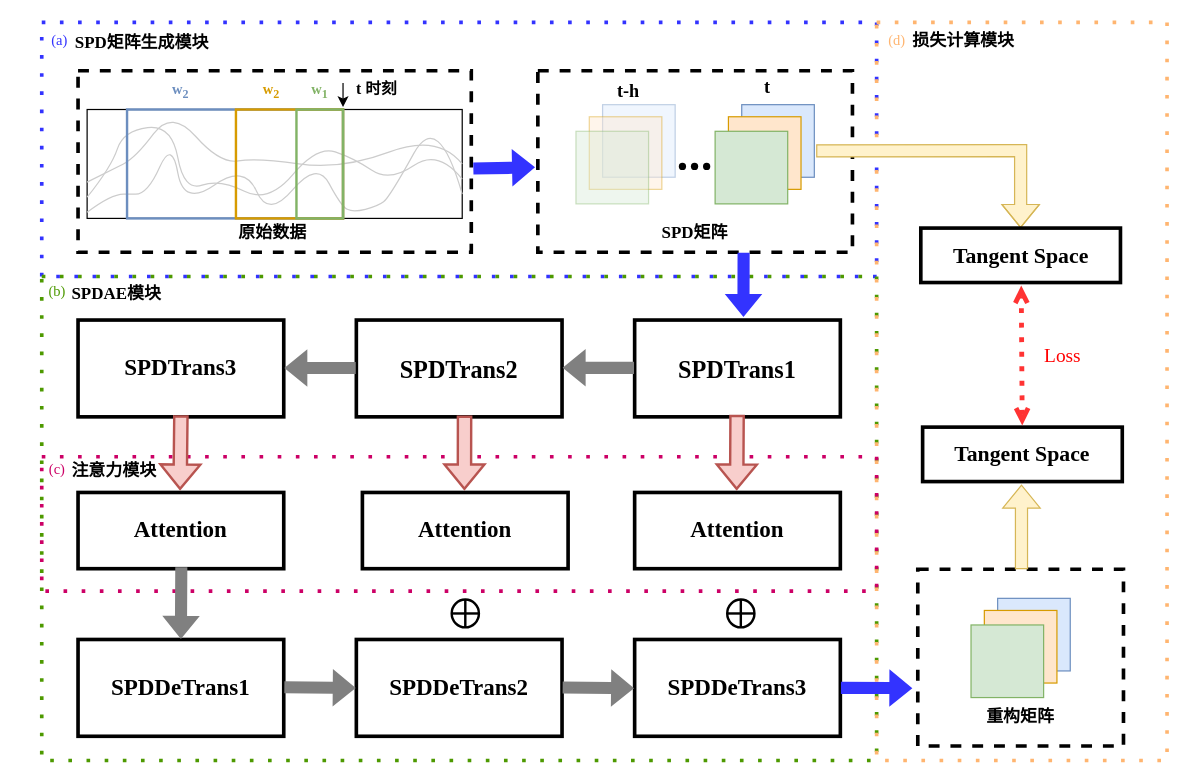
Before: page "第 10 页" (10 of 10) of spd.drawio in balllightnings/draw, a draw.io diagram. Source tidied: cells renumbered, new cells numbered last; positions are measured from the earlier drawing's top-left corner, leaving out a move shared by most shapes. Both pictures are drawn from the tidied source at 121%, with x=0, y=0 at pixel (21, 22).
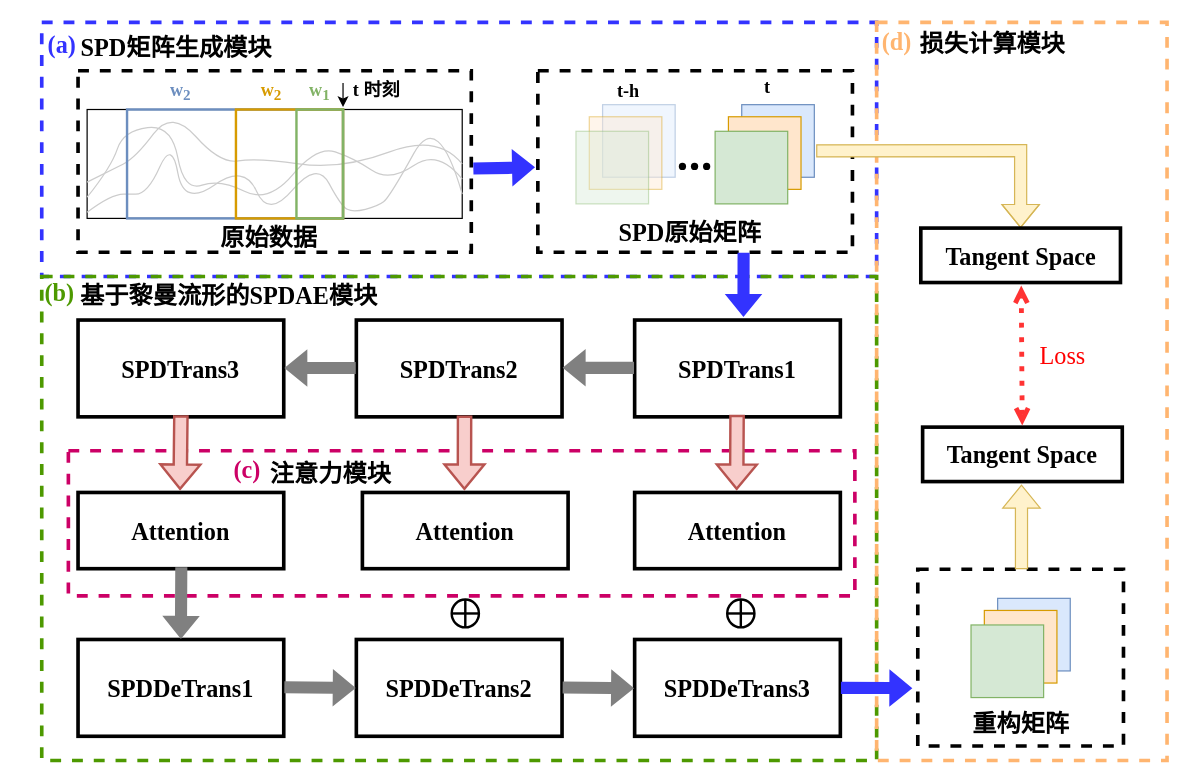
After the change.

The edit, as a diff of the source:
```diff
@@
-    <mxCell id="2" style="rounded=0;whiteSpace=wrap;html=1;fillStyle=auto;strokeColor=#3333FF;fillColor=none;gradientColor=default;dashed=1;strokeWidth=3;dashPattern=1 4;fontFamily=Times New Roman;" parent="1" vertex="1">
+    <mxCell id="2" style="rounded=0;whiteSpace=wrap;html=1;fillStyle=auto;strokeColor=#3333FF;fillColor=none;gradientColor=default;dashed=1;strokeWidth=3;fontFamily=Times New Roman;" parent="1" vertex="1">
       <mxGeometry x="17" width="690" height="210" as="geometry" />
     </mxCell>
-    <mxCell id="3" style="rounded=0;whiteSpace=wrap;html=1;fillStyle=auto;strokeColor=#4D9900;fillColor=none;gradientColor=default;dashed=1;strokeWidth=3;dashPattern=1 4;fontFamily=Times New Roman;" parent="1" vertex="1">
+    <mxCell id="3" style="rounded=0;whiteSpace=wrap;html=1;fillStyle=auto;strokeColor=#4D9900;fillColor=none;gradientColor=default;dashed=1;strokeWidth=3;fontFamily=Times New Roman;" parent="1" vertex="1">
       <mxGeometry x="17" y="210" width="690" height="400" as="geometry" />
     </mxCell>
-    <mxCell id="4" style="rounded=0;whiteSpace=wrap;html=1;fillStyle=auto;strokeColor=#CC0066;fillColor=none;gradientColor=default;dashed=1;strokeWidth=3;dashPattern=1 4;fontFamily=Times New Roman;" parent="1" vertex="1">
-      <mxGeometry x="17" y="359" width="690" height="111" as="geometry" />
+    <mxCell id="4" style="rounded=0;whiteSpace=wrap;html=1;fillStyle=auto;strokeColor=#CC0066;fillColor=none;gradientColor=default;dashed=1;strokeWidth=3;fontFamily=Times New Roman;" parent="1" vertex="1">
+      <mxGeometry x="39" y="354" width="650" height="120" as="geometry" />
     </mxCell>
-    <mxCell id="5" style="rounded=0;whiteSpace=wrap;html=1;fillStyle=auto;strokeColor=#FFB570;fillColor=none;gradientColor=default;dashed=1;strokeWidth=3;dashPattern=1 4;fontFamily=Times New Roman;" parent="1" vertex="1">
+    <mxCell id="5" style="rounded=0;whiteSpace=wrap;html=1;fillStyle=auto;strokeColor=#FFB570;fillColor=none;gradientColor=default;dashed=1;strokeWidth=3;fontFamily=Times New Roman;perimeterSpacing=24;" parent="1" vertex="1">
       <mxGeometry x="707" width="240" height="610" as="geometry" />
     </mxCell>
@@
-    <mxCell id="21" value="&lt;font style=&quot;font-size: 19px;&quot;&gt;&lt;b&gt;&lt;font style=&quot;font-size: 19px;&quot;&gt;SPDTrans3&lt;/font&gt;&lt;/b&gt;&lt;/font&gt;" style="rounded=0;whiteSpace=wrap;html=1;strokeWidth=3;fillColor=none;fontFamily=Times New Roman;" parent="1" vertex="1">
+    <mxCell id="21" value="&lt;font style=&quot;font-size: 20px;&quot;&gt;&lt;b&gt;&lt;font style=&quot;font-size: 20px;&quot;&gt;SPDTrans3&lt;/font&gt;&lt;/b&gt;&lt;/font&gt;" style="rounded=0;whiteSpace=wrap;html=1;strokeWidth=3;fillColor=none;fontFamily=Times New Roman;" parent="1" vertex="1">
       <mxGeometry x="47" y="246" width="170" height="80" as="geometry" />
     </mxCell>
@@
-    <mxCell id="25" value="&lt;b&gt;&lt;font style=&quot;font-size: 19px;&quot;&gt;Attention&lt;/font&gt;&lt;/b&gt;" style="rounded=0;whiteSpace=wrap;html=1;strokeWidth=3;fillColor=none;fontFamily=Times New Roman;" parent="1" vertex="1">
+    <mxCell id="25" value="&lt;font style=&quot;font-size: 20px;&quot;&gt;&lt;b&gt;&lt;font style=&quot;font-size: 20px;&quot;&gt;Attention&lt;/font&gt;&lt;/b&gt;&lt;/font&gt;" style="rounded=0;whiteSpace=wrap;html=1;strokeWidth=3;fillColor=none;fontFamily=Times New Roman;" parent="1" vertex="1">
       <mxGeometry x="47" y="388.5" width="170" height="63" as="geometry" />
     </mxCell>
-    <mxCell id="26" value="&lt;font style=&quot;font-size: 19px;&quot;&gt;&lt;b&gt;&lt;font style=&quot;font-size: 19px;&quot;&gt;SPDDeTrans1&lt;/font&gt;&lt;/b&gt;&lt;/font&gt;" style="rounded=0;whiteSpace=wrap;html=1;strokeWidth=3;fillColor=none;fontFamily=Times New Roman;" parent="1" vertex="1">
+    <mxCell id="26" value="&lt;font style=&quot;font-size: 20px;&quot;&gt;&lt;b&gt;&lt;font style=&quot;font-size: 20px;&quot;&gt;SPDDeTrans1&lt;/font&gt;&lt;/b&gt;&lt;/font&gt;" style="rounded=0;whiteSpace=wrap;html=1;strokeWidth=3;fillColor=none;fontFamily=Times New Roman;" parent="1" vertex="1">
       <mxGeometry x="47" y="510" width="170" height="80" as="geometry" />
     </mxCell>
@@
-    <mxCell id="29" value="&lt;font style=&quot;font-size: 19px;&quot;&gt;&lt;b&gt;&lt;font style=&quot;font-size: 19px;&quot;&gt;SPDDeTrans2&lt;/font&gt;&lt;/b&gt;&lt;/font&gt;" style="rounded=0;whiteSpace=wrap;html=1;strokeWidth=3;fillColor=none;fontFamily=Times New Roman;" parent="1" vertex="1">
+    <mxCell id="29" value="&lt;font style=&quot;font-size: 20px;&quot;&gt;&lt;b&gt;&lt;font style=&quot;font-size: 20px;&quot;&gt;SPDDeTrans2&lt;/font&gt;&lt;/b&gt;&lt;/font&gt;" style="rounded=0;whiteSpace=wrap;html=1;strokeWidth=3;fillColor=none;fontFamily=Times New Roman;" parent="1" vertex="1">
       <mxGeometry x="277" y="510" width="170" height="80" as="geometry" />
     </mxCell>
-    <mxCell id="30" value="&lt;font style=&quot;font-size: 19px;&quot;&gt;&lt;b&gt;&lt;font style=&quot;font-size: 19px;&quot;&gt;SPDDeTrans3&lt;/font&gt;&lt;/b&gt;&lt;/font&gt;" style="rounded=0;whiteSpace=wrap;html=1;strokeWidth=3;fillColor=none;fontFamily=Times New Roman;" parent="1" vertex="1">
+    <mxCell id="30" value="&lt;font style=&quot;font-size: 20px;&quot;&gt;&lt;b&gt;&lt;font style=&quot;font-size: 20px;&quot;&gt;SPDDeTrans3&lt;/font&gt;&lt;/b&gt;&lt;/font&gt;" style="rounded=0;whiteSpace=wrap;html=1;strokeWidth=3;fillColor=none;fontFamily=Times New Roman;" parent="1" vertex="1">
       <mxGeometry x="507" y="510" width="170" height="80" as="geometry" />
     </mxCell>
-    <mxCell id="31" value="&lt;b&gt;&lt;font style=&quot;font-size: 19px;&quot;&gt;Attention&lt;/font&gt;&lt;/b&gt;" style="rounded=0;whiteSpace=wrap;html=1;strokeWidth=3;fillColor=none;fontFamily=Times New Roman;" parent="1" vertex="1">
+    <mxCell id="31" value="&lt;font style=&quot;font-size: 20px;&quot;&gt;&lt;b&gt;&lt;font style=&quot;font-size: 20px;&quot;&gt;Attention&lt;/font&gt;&lt;/b&gt;&lt;/font&gt;" style="rounded=0;whiteSpace=wrap;html=1;strokeWidth=3;fillColor=none;fontFamily=Times New Roman;" parent="1" vertex="1">
       <mxGeometry x="282" y="388.5" width="170" height="63" as="geometry" />
     </mxCell>
@@
-    <mxCell id="33" value="&lt;b&gt;&lt;font style=&quot;font-size: 19px;&quot;&gt;Attention&lt;/font&gt;&lt;/b&gt;" style="rounded=0;whiteSpace=wrap;html=1;strokeWidth=3;fillColor=none;fontFamily=Times New Roman;" parent="1" vertex="1">
+    <mxCell id="33" value="&lt;font style=&quot;font-size: 20px;&quot;&gt;&lt;b&gt;&lt;font style=&quot;font-size: 20px;&quot;&gt;Attention&lt;/font&gt;&lt;/b&gt;&lt;/font&gt;" style="rounded=0;whiteSpace=wrap;html=1;strokeWidth=3;fillColor=none;fontFamily=Times New Roman;" parent="1" vertex="1">
       <mxGeometry x="507" y="388.5" width="170" height="63" as="geometry" />
     </mxCell>
@@
-    <mxCell id="39" value="&lt;font style=&quot;font-size: 14px;&quot;&gt;&lt;b&gt;SPD矩阵&lt;/b&gt;&lt;/font&gt;" style="text;html=1;strokeColor=none;fillColor=none;align=center;verticalAlign=middle;whiteSpace=wrap;rounded=0;fontFamily=Times New Roman;" parent="1" vertex="1">
-      <mxGeometry x="526.5" y="160" width="60" height="30" as="geometry" />
+    <mxCell id="39" value="&lt;font size=&quot;1&quot;&gt;&lt;b style=&quot;font-size: 20px;&quot;&gt;SPD原始矩阵&lt;/b&gt;&lt;/font&gt;" style="text;html=1;strokeColor=none;fillColor=none;align=center;verticalAlign=middle;whiteSpace=wrap;rounded=0;fontFamily=Times New Roman;" parent="1" vertex="1">
+      <mxGeometry x="488.5" y="158" width="127.5" height="30" as="geometry" />
     </mxCell>
@@
-    <mxCell id="45" value="&lt;font style=&quot;font-size: 14px;&quot;&gt;&lt;b&gt;重构矩阵&lt;/b&gt;&lt;/font&gt;" style="text;html=1;strokeColor=none;fillColor=none;align=center;verticalAlign=middle;whiteSpace=wrap;rounded=0;fontFamily=Times New Roman;" parent="1" vertex="1">
-      <mxGeometry x="796" y="560" width="60" height="30" as="geometry" />
+    <mxCell id="45" value="&lt;font size=&quot;1&quot;&gt;&lt;b style=&quot;font-size: 20px;&quot;&gt;重构矩阵&lt;/b&gt;&lt;/font&gt;" style="text;html=1;strokeColor=none;fillColor=none;align=center;verticalAlign=middle;whiteSpace=wrap;rounded=0;fontFamily=Times New Roman;" parent="1" vertex="1">
+      <mxGeometry x="779.5" y="564" width="93" height="30" as="geometry" />
     </mxCell>
@@
-    <mxCell id="48" value="&lt;font style=&quot;font-size: 18px;&quot;&gt;&lt;b&gt;Tangent Space&lt;br&gt;&lt;/b&gt;&lt;/font&gt;" style="rounded=0;whiteSpace=wrap;html=1;strokeWidth=3;fillColor=none;fontFamily=Times New Roman;" parent="1" vertex="1">
+    <mxCell id="48" value="&lt;font style=&quot;font-size: 20px;&quot;&gt;&lt;b&gt;Tangent Space&lt;br&gt;&lt;/b&gt;&lt;/font&gt;" style="rounded=0;whiteSpace=wrap;html=1;strokeWidth=3;fillColor=none;fontFamily=Times New Roman;" parent="1" vertex="1">
       <mxGeometry x="745" y="334.5" width="165" height="45" as="geometry" />
     </mxCell>
-    <mxCell id="49" value="&lt;font style=&quot;font-size: 18px;&quot;&gt;&lt;b&gt;Tangent Space&lt;br&gt;&lt;/b&gt;&lt;/font&gt;" style="rounded=0;whiteSpace=wrap;html=1;strokeWidth=3;fillColor=none;fontFamily=Times New Roman;" parent="1" vertex="1">
+    <mxCell id="49" value="&lt;font style=&quot;font-size: 20px;&quot;&gt;&lt;b&gt;Tangent Space&lt;br&gt;&lt;/b&gt;&lt;/font&gt;" style="rounded=0;whiteSpace=wrap;html=1;strokeWidth=3;fillColor=none;fontFamily=Times New Roman;" parent="1" vertex="1">
       <mxGeometry x="743.5" y="170" width="165" height="45" as="geometry" />
     </mxCell>
@@
-    <mxCell id="51" value="&lt;font style=&quot;font-size: 16px;&quot; color=&quot;#ff0000&quot;&gt;Loss&lt;/font&gt;" style="text;html=1;strokeColor=none;fillColor=none;align=center;verticalAlign=middle;whiteSpace=wrap;rounded=0;fontSize=8.5;fontFamily=Times New Roman;" parent="1" vertex="1">
+    <mxCell id="51" value="&lt;font style=&quot;font-size: 20px;&quot; color=&quot;#ff0000&quot;&gt;Loss&lt;/font&gt;" style="text;html=1;strokeColor=none;fillColor=none;align=center;verticalAlign=middle;whiteSpace=wrap;rounded=0;fontSize=8.5;fontFamily=Times New Roman;" parent="1" vertex="1">
       <mxGeometry x="836" y="258.8" width="50" height="32.5" as="geometry" />
     </mxCell>
-    <mxCell id="52" value="&lt;font color=&quot;#3333ff&quot;&gt;(a)&lt;/font&gt;" style="text;html=1;strokeColor=none;fillColor=none;align=center;verticalAlign=middle;whiteSpace=wrap;rounded=0;fontFamily=Times New Roman;" parent="1" vertex="1">
-      <mxGeometry x="2" width="60" height="30" as="geometry" />
+    <mxCell id="52" value="&lt;b&gt;&lt;font style=&quot;font-size: 20px;&quot; color=&quot;#3333ff&quot;&gt;(a)&lt;/font&gt;&lt;/b&gt;" style="text;html=1;strokeColor=none;fillColor=none;align=center;verticalAlign=middle;whiteSpace=wrap;rounded=0;fontFamily=Times New Roman;" parent="1" vertex="1">
+      <mxGeometry x="4" y="3" width="60" height="30" as="geometry" />
     </mxCell>
-    <mxCell id="53" value="&lt;font color=&quot;#4d9900&quot;&gt;(b)&lt;/font&gt;" style="text;html=1;strokeColor=none;fillColor=none;align=center;verticalAlign=middle;whiteSpace=wrap;rounded=0;fontFamily=Times New Roman;" parent="1" vertex="1">
-      <mxGeometry y="208" width="60" height="30" as="geometry" />
+    <mxCell id="53" value="&lt;b&gt;&lt;font style=&quot;font-size: 20px;&quot; color=&quot;#4d9900&quot;&gt;(b)&lt;/font&gt;&lt;/b&gt;" style="text;html=1;strokeColor=none;fillColor=none;align=center;verticalAlign=middle;whiteSpace=wrap;rounded=0;fontFamily=Times New Roman;" parent="1" vertex="1">
+      <mxGeometry x="2" y="208" width="60" height="30" as="geometry" />
     </mxCell>
-    <mxCell id="54" value="&lt;font color=&quot;#cc0066&quot;&gt;(c)&lt;/font&gt;" style="text;html=1;strokeColor=none;fillColor=none;align=center;verticalAlign=middle;whiteSpace=wrap;rounded=0;fontFamily=Times New Roman;" parent="1" vertex="1">
-      <mxGeometry y="355" width="60" height="30" as="geometry" />
+    <mxCell id="54" value="&lt;b&gt;&lt;font style=&quot;font-size: 20px;&quot; color=&quot;#cc0066&quot;&gt;(c)&lt;/font&gt;&lt;/b&gt;" style="text;html=1;strokeColor=none;fillColor=none;align=center;verticalAlign=middle;whiteSpace=wrap;rounded=0;fontFamily=Times New Roman;" parent="1" vertex="1">
+      <mxGeometry x="157" y="354" width="60" height="30" as="geometry" />
     </mxCell>
-    <mxCell id="55" value="&lt;font color=&quot;#ffb570&quot;&gt;(d)&lt;/font&gt;" style="text;html=1;strokeColor=none;fillColor=none;align=center;verticalAlign=middle;whiteSpace=wrap;rounded=0;fontFamily=Times New Roman;" parent="1" vertex="1">
+    <mxCell id="55" value="&lt;b&gt;&lt;font style=&quot;font-size: 20px;&quot; color=&quot;#ffb570&quot;&gt;(d)&lt;/font&gt;&lt;/b&gt;" style="text;html=1;strokeColor=none;fillColor=none;align=center;verticalAlign=middle;whiteSpace=wrap;rounded=0;fontFamily=Times New Roman;" parent="1" vertex="1">
       <mxGeometry x="694" width="60" height="30" as="geometry" />
     </mxCell>
@@
-    <mxCell id="63" value="&lt;font style=&quot;font-size: 13px;&quot;&gt;&lt;b&gt;t 时刻&lt;br&gt;&lt;/b&gt;&lt;/font&gt;" style="text;html=1;strokeColor=none;fillColor=none;align=center;verticalAlign=middle;whiteSpace=wrap;rounded=0;fontFamily=Times New Roman;" parent="1" vertex="1">
+    <mxCell id="63" value="&lt;font style=&quot;font-size: 15px;&quot;&gt;&lt;b&gt;t 时刻&lt;br&gt;&lt;/b&gt;&lt;/font&gt;" style="text;html=1;strokeColor=none;fillColor=none;align=center;verticalAlign=middle;whiteSpace=wrap;rounded=0;fontFamily=Times New Roman;" parent="1" vertex="1">
       <mxGeometry x="264" y="40" width="60" height="30" as="geometry" />
     </mxCell>
-    <mxCell id="64" value="&lt;font style=&quot;font-size: 14px;&quot;&gt;&lt;b&gt;SPDAE模块&lt;br&gt;&lt;/b&gt;&lt;/font&gt;" style="text;html=1;strokeColor=none;fillColor=none;align=center;verticalAlign=middle;whiteSpace=wrap;rounded=0;fontFamily=Times New Roman;" parent="1" vertex="1">
-      <mxGeometry x="19" y="210" width="120" height="30" as="geometry" />
+    <mxCell id="64" value="&lt;font size=&quot;1&quot;&gt;&lt;b style=&quot;font-size: 20px;&quot;&gt;基于黎曼流形的SPDAE模块&lt;/b&gt;&lt;/font&gt;" style="text;html=1;strokeColor=none;fillColor=none;align=center;verticalAlign=middle;whiteSpace=wrap;rounded=0;fontFamily=Times New Roman;" parent="1" vertex="1">
+      <mxGeometry x="42" y="210" width="260" height="30" as="geometry" />
     </mxCell>
@@
-    <mxCell id="67" value="&lt;font style=&quot;font-size: 12px;&quot; color=&quot;#82b366&quot;&gt;&lt;b&gt;w&lt;sub&gt;1&lt;/sub&gt;&lt;/b&gt;&lt;/font&gt;" style="text;html=1;strokeColor=none;fillColor=none;align=center;verticalAlign=middle;whiteSpace=wrap;rounded=0;fontFamily=Times New Roman;" parent="1" vertex="1">
+    <mxCell id="67" value="&lt;font style=&quot;font-size: 15px;&quot; color=&quot;#82b366&quot;&gt;&lt;b&gt;w&lt;sub&gt;1&lt;/sub&gt;&lt;/b&gt;&lt;/font&gt;" style="text;html=1;strokeColor=none;fillColor=none;align=center;verticalAlign=middle;whiteSpace=wrap;rounded=0;fontFamily=Times New Roman;" parent="1" vertex="1">
       <mxGeometry x="216.8" y="42" width="60" height="30" as="geometry" />
     </mxCell>
-    <mxCell id="68" value="&lt;font style=&quot;font-size: 12px;&quot; color=&quot;#d79b00&quot;&gt;&lt;b&gt;w&lt;sub&gt;2&lt;/sub&gt;&lt;/b&gt;&lt;/font&gt;" style="text;html=1;strokeColor=none;fillColor=none;align=center;verticalAlign=middle;whiteSpace=wrap;rounded=0;fontFamily=Times New Roman;" parent="1" vertex="1">
+    <mxCell id="68" value="&lt;font style=&quot;font-size: 15px;&quot; color=&quot;#d79b00&quot;&gt;&lt;b&gt;w&lt;sub&gt;2&lt;/sub&gt;&lt;/b&gt;&lt;/font&gt;" style="text;html=1;strokeColor=none;fillColor=none;align=center;verticalAlign=middle;whiteSpace=wrap;rounded=0;fontFamily=Times New Roman;" parent="1" vertex="1">
       <mxGeometry x="177" y="42" width="60" height="30" as="geometry" />
     </mxCell>
-    <mxCell id="69" value="&lt;font style=&quot;font-size: 12px;&quot; color=&quot;#6c8ebf&quot;&gt;&lt;b&gt;w&lt;sub&gt;2&lt;/sub&gt;&lt;/b&gt;&lt;/font&gt;" style="text;html=1;strokeColor=none;fillColor=none;align=center;verticalAlign=middle;whiteSpace=wrap;rounded=0;fontFamily=Times New Roman;" parent="1" vertex="1">
+    <mxCell id="69" value="&lt;font style=&quot;font-size: 15px;&quot; color=&quot;#6c8ebf&quot;&gt;&lt;b&gt;w&lt;sub&gt;2&lt;/sub&gt;&lt;/b&gt;&lt;/font&gt;" style="text;html=1;strokeColor=none;fillColor=none;align=center;verticalAlign=middle;whiteSpace=wrap;rounded=0;fontFamily=Times New Roman;" parent="1" vertex="1">
       <mxGeometry x="102" y="42" width="60" height="30" as="geometry" />
     </mxCell>
@@
-    <mxCell id="71" value="&lt;font size=&quot;1&quot;&gt;&lt;b style=&quot;font-size: 14px;&quot;&gt;原始数据&lt;/b&gt;&lt;/font&gt;" style="text;html=1;strokeColor=none;fillColor=none;align=center;verticalAlign=middle;whiteSpace=wrap;rounded=0;fontFamily=Times New Roman;" parent="1" vertex="1">
-      <mxGeometry x="177.5" y="160" width="60" height="30" as="geometry" />
+    <mxCell id="71" value="&lt;font size=&quot;1&quot;&gt;&lt;b style=&quot;font-size: 20px;&quot;&gt;原始数据&lt;/b&gt;&lt;/font&gt;" style="text;html=1;strokeColor=none;fillColor=none;align=center;verticalAlign=middle;whiteSpace=wrap;rounded=0;fontFamily=Times New Roman;" parent="1" vertex="1">
+      <mxGeometry x="149" y="162" width="111.5" height="30" as="geometry" />
     </mxCell>
-    <mxCell id="72" value="&lt;font style=&quot;font-size: 14px;&quot;&gt;&lt;b&gt;SPD矩阵生成模块&lt;br&gt;&lt;/b&gt;&lt;/font&gt;" style="text;html=1;strokeColor=none;fillColor=none;align=center;verticalAlign=middle;whiteSpace=wrap;rounded=0;fontFamily=Times New Roman;" parent="1" vertex="1">
-      <mxGeometry x="40" y="3" width="120" height="30" as="geometry" />
+    <mxCell id="72" value="&lt;font style=&quot;font-size: 20px;&quot;&gt;&lt;b&gt;SPD矩阵生成模块&lt;br&gt;&lt;/b&gt;&lt;/font&gt;" style="text;html=1;strokeColor=none;fillColor=none;align=center;verticalAlign=middle;whiteSpace=wrap;rounded=0;fontFamily=Times New Roman;" parent="1" vertex="1">
+      <mxGeometry x="44" y="5" width="169" height="30" as="geometry" />
     </mxCell>
-    <mxCell id="73" value="&lt;font style=&quot;font-size: 14px;&quot;&gt;&lt;b&gt;损失计算模块&lt;br&gt;&lt;/b&gt;&lt;/font&gt;" style="text;html=1;strokeColor=none;fillColor=none;align=center;verticalAlign=middle;whiteSpace=wrap;rounded=0;fontFamily=Times New Roman;" parent="1" vertex="1">
-      <mxGeometry x="719" y="1" width="120" height="30" as="geometry" />
+    <mxCell id="73" value="&lt;font style=&quot;font-size: 20px;&quot;&gt;&lt;b&gt;损失计算模块&lt;br&gt;&lt;/b&gt;&lt;/font&gt;" style="text;html=1;strokeColor=none;fillColor=none;align=center;verticalAlign=middle;whiteSpace=wrap;rounded=0;fontFamily=Times New Roman;" parent="1" vertex="1">
+      <mxGeometry x="735" y="2" width="136" height="30" as="geometry" />
     </mxCell>
-    <mxCell id="74" value="&lt;font style=&quot;font-size: 14px;&quot;&gt;&lt;b&gt;注意力模块&lt;br&gt;&lt;/b&gt;&lt;/font&gt;" style="text;html=1;strokeColor=none;fillColor=none;align=center;verticalAlign=middle;whiteSpace=wrap;rounded=0;fontFamily=Times New Roman;" parent="1" vertex="1">
-      <mxGeometry x="17" y="356" width="120" height="30" as="geometry" />
+    <mxCell id="74" value="&lt;font style=&quot;font-size: 20px;&quot;&gt;&lt;b&gt;注意力模块&lt;br&gt;&lt;/b&gt;&lt;/font&gt;" style="text;html=1;strokeColor=none;fillColor=none;align=center;verticalAlign=middle;whiteSpace=wrap;rounded=0;fontFamily=Times New Roman;" parent="1" vertex="1">
+      <mxGeometry x="196" y="357" width="120" height="30" as="geometry" />
     </mxCell>
```
